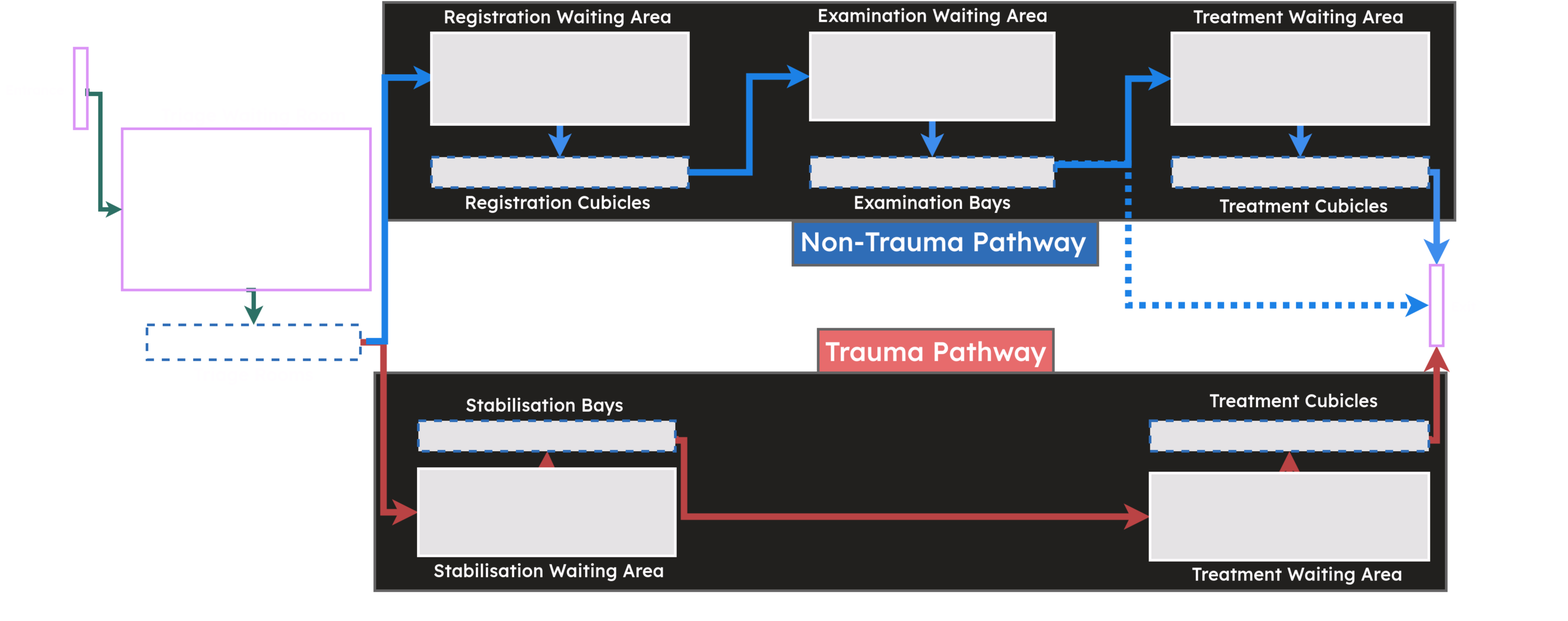
hsma-programme/Teaching_DES_Concepts_Streamlit keeps this draw.io diagram as resources/Full Model Background Image - Horizontal Layout.drawio.png. Above is the earlier version. Source tidied: cells renumbered, new cells last; positions are measured from the earlier drawing's top-left corner, leaving out a move shared by most shapes.
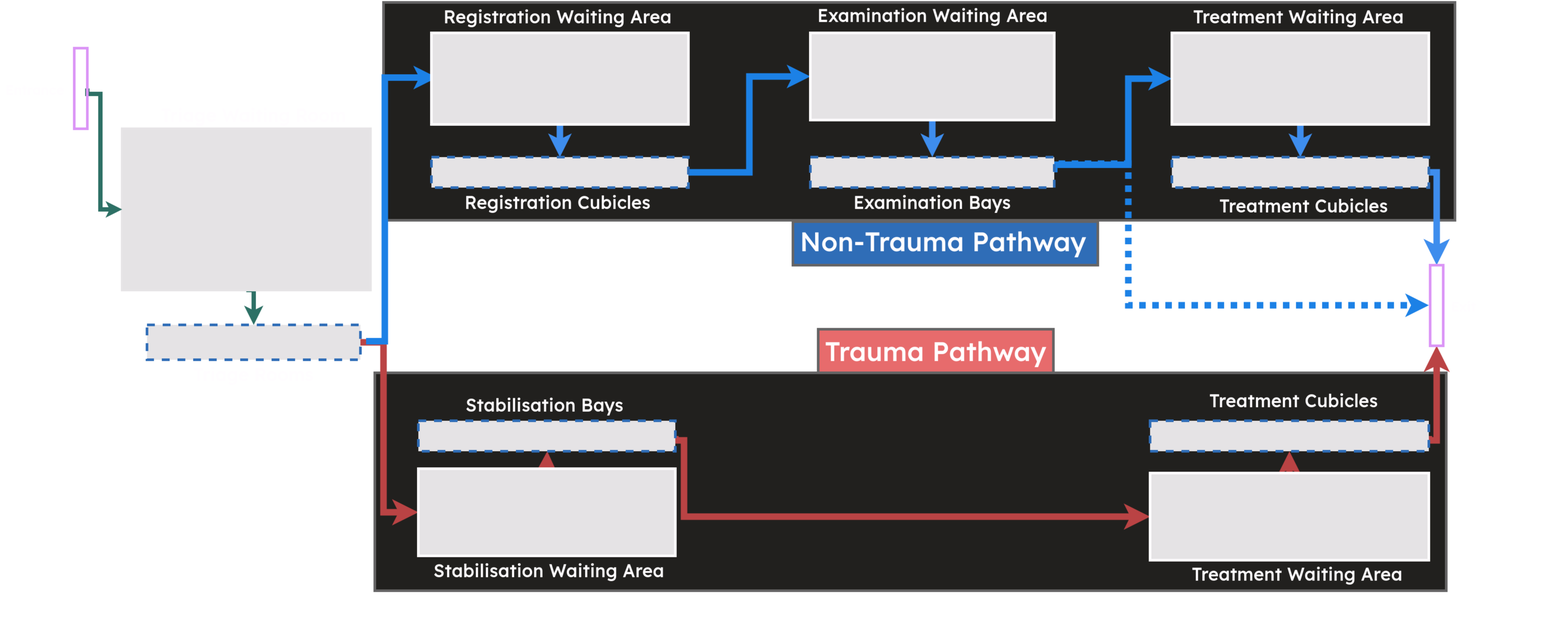
The same file after the commit.

Commit message:
Update colour of triage waiting room and triage room

What changed in the source:
```diff
@@ -21,7 +21,7 @@
         </Array>
       </mxGeometry>
     </mxCell>
-    <mxCell id="7" style="rounded=0;whiteSpace=wrap;html=1;fillColor=none;strokeColor=#813d9c;strokeWidth=6;" parent="1" vertex="1">
+    <mxCell id="7" style="rounded=0;whiteSpace=wrap;html=1;fillColor=#1A1A1A;strokeColor=#191919;strokeWidth=6;" parent="1" vertex="1">
       <mxGeometry x="280" y="290" width="570" height="370" as="geometry" />
     </mxCell>
     <mxCell id="8" style="edgeStyle=orthogonalEdgeStyle;rounded=0;jettySize=auto;html=1;exitX=1;exitY=0.5;exitDx=0;exitDy=0;entryX=0;entryY=0.5;entryDx=0;entryDy=0;strokeWidth=15;strokeColor=#FF8787;endSize=12;" parent="1" edge="1" source="10" target="12">
@@ -42,7 +42,7 @@
         </Array>
       </mxGeometry>
     </mxCell>
-    <mxCell id="10" style="rounded=0;whiteSpace=wrap;html=1;fillColor=none;strokeColor=#62a0ea;strokeWidth=6;dashed=1;" parent="1" vertex="1">
+    <mxCell id="10" style="rounded=0;whiteSpace=wrap;html=1;fillColor=#1A1A1A;strokeColor=#62a0ea;strokeWidth=6;dashed=1;" parent="1" vertex="1">
       <mxGeometry x="337" y="740" width="490" height="80" as="geometry" />
     </mxCell>
     <mxCell id="11" style="edgeStyle=orthogonalEdgeStyle;rounded=0;jettySize=auto;html=1;exitX=0.5;exitY=0;exitDx=0;exitDy=0;entryX=0.5;entryY=1;entryDx=0;entryDy=0;strokeWidth=15;strokeColor=#FF8787;" parent="1" edge="1" source="12" target="14">
```
